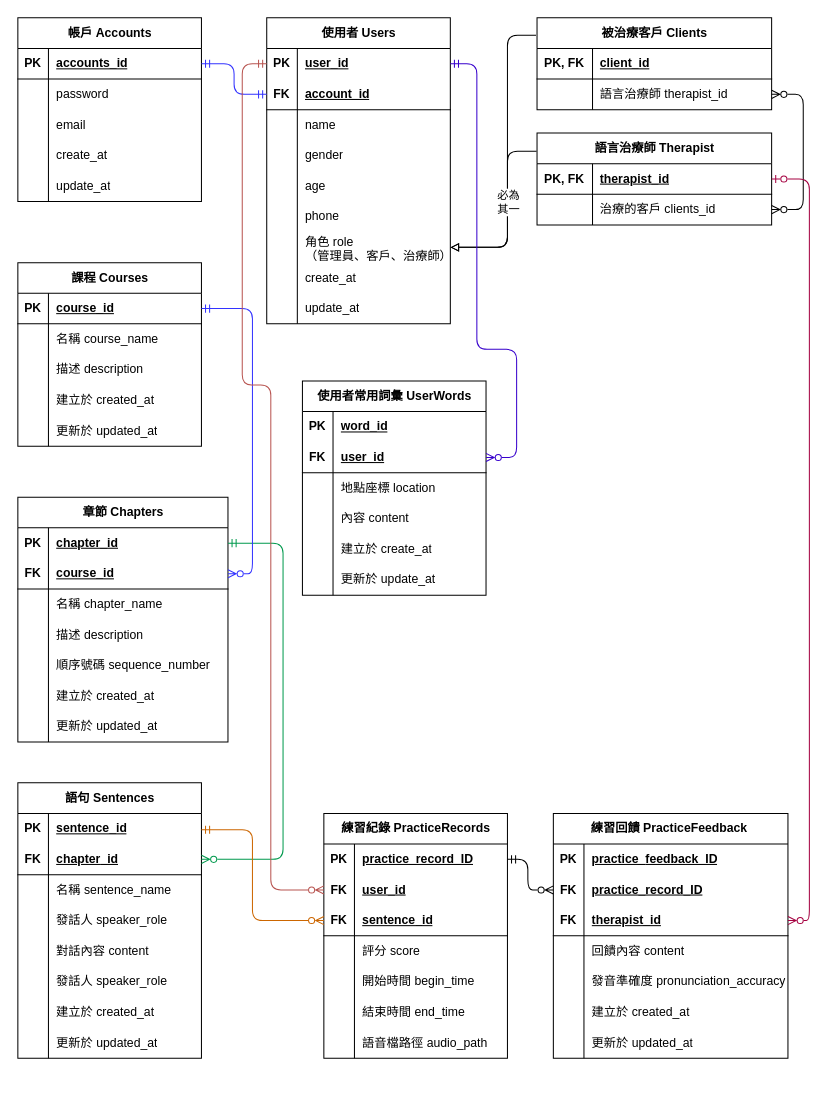
The draw.io diagram docs/ERD.drawio in VocalBorn/backend, before the edit. Source tidied: cells renumbered, new cells numbered last; positions are measured from the earlier drawing's top-left corner, leaving out a move shared by most shapes. Both pictures are drawn from the tidied source at 102%, with x=0, y=0 at pixel (17, 17).
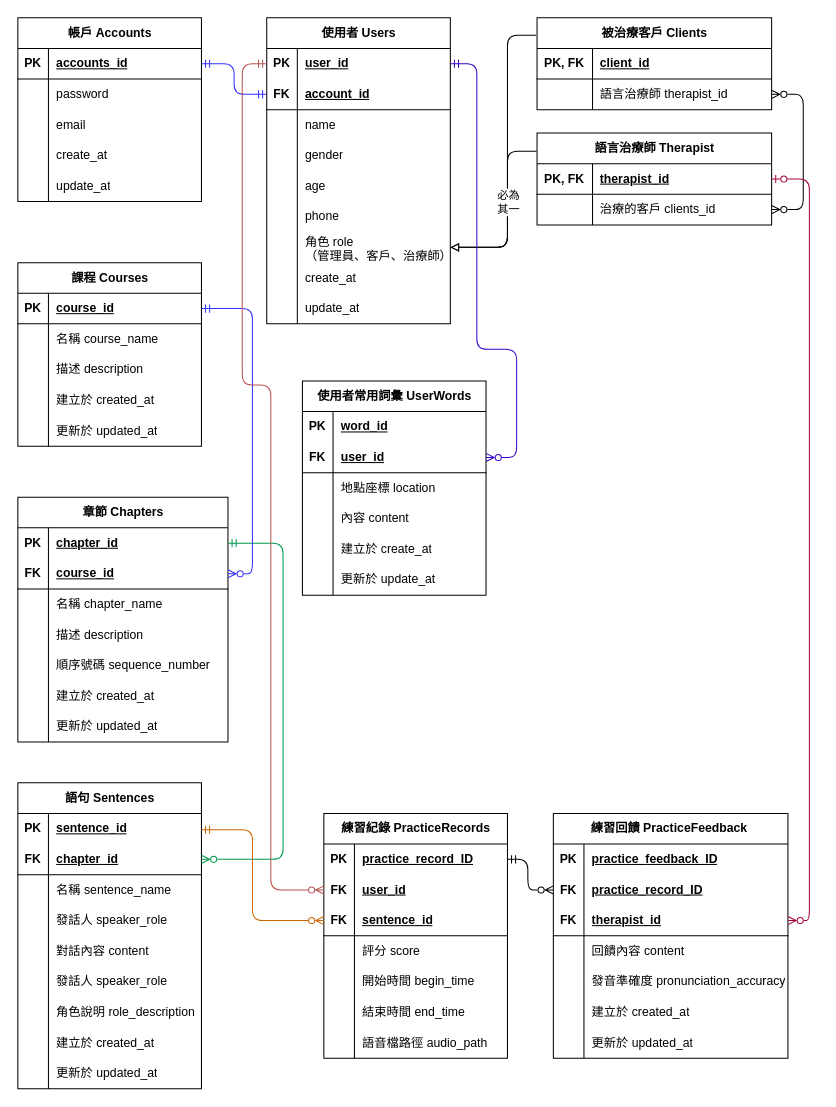
After the change.

The edit, as a diff of the source:
```diff
@@
     <mxCell id="130" value="語句 Sentences" style="shape=table;startSize=30;childLayout=tableLayout;rowLines=0;fontStyle=1;align=center;html=1;" parent="1" vertex="1">
-      <mxGeometry y="750" width="180" height="270" as="geometry" />
+      <mxGeometry y="750" width="180" height="300" as="geometry" />
     </mxCell>
@@
+    <mxCell id="200" style="shape=tableRow;horizontal=0;startSize=0;swimlaneHead=0;swimlaneBody=0;fillColor=none;top=0;left=0;right=0;bottom=0;" parent="130" vertex="1">
+      <mxGeometry y="210" width="180" height="30" as="geometry" />
+    </mxCell>
+    <mxCell id="201" style="shape=partialRectangle;fillColor=none;top=0;left=0;bottom=0;right=0;overflow=hidden;whiteSpace=wrap;html=1;" parent="200" vertex="1">
+      <mxGeometry width="30" height="30" as="geometry" />
+    </mxCell>
+    <mxCell id="202" value="角色說明 role_description" style="shape=partialRectangle;fillColor=none;top=0;left=0;bottom=0;right=0;align=left;spacingLeft=6;overflow=hidden;whiteSpace=wrap;html=1;" parent="200" vertex="1">
+      <mxGeometry x="30" width="150" height="30" as="geometry" />
+    </mxCell>
     <mxCell id="149" style="shape=tableRow;horizontal=0;startSize=0;swimlaneHead=0;swimlaneBody=0;fillColor=none;top=0;left=0;right=0;bottom=0;" parent="130" vertex="1">
-      <mxGeometry y="210" width="180" height="30" as="geometry" />
+      <mxGeometry y="240" width="180" height="30" as="geometry" />
     </mxCell>
@@
     <mxCell id="152" style="shape=tableRow;horizontal=0;startSize=0;swimlaneHead=0;swimlaneBody=0;fillColor=none;top=0;left=0;right=0;bottom=0;" parent="130" vertex="1">
-      <mxGeometry y="240" width="180" height="30" as="geometry" />
+      <mxGeometry y="270" width="180" height="30" as="geometry" />
     </mxCell>
```
